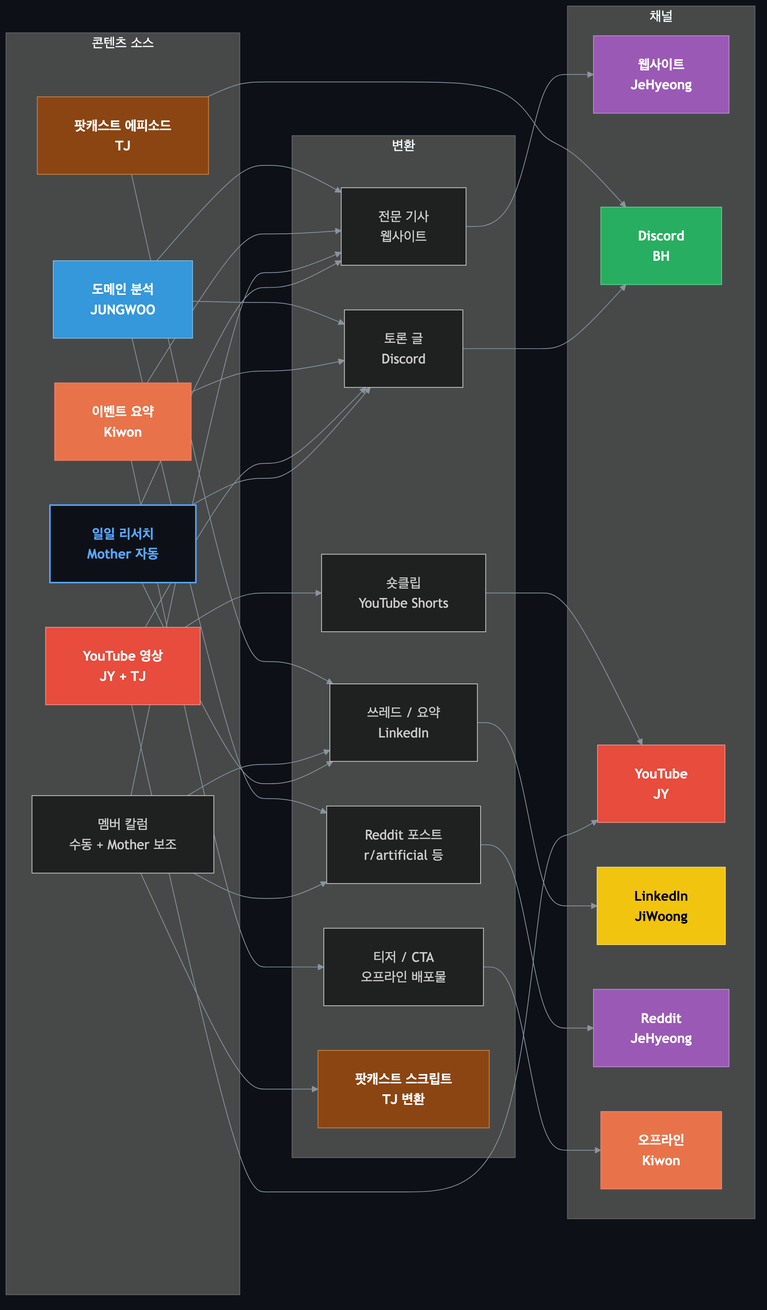
Before: products/hypeproof-workflow-diagrams/d3-color.png, a diagram exported from Mermaid (JeHyeong2/hypeprooflab). Its source is kept beside it as products/hypeproof-workflow-diagrams/d3-color.mmd.
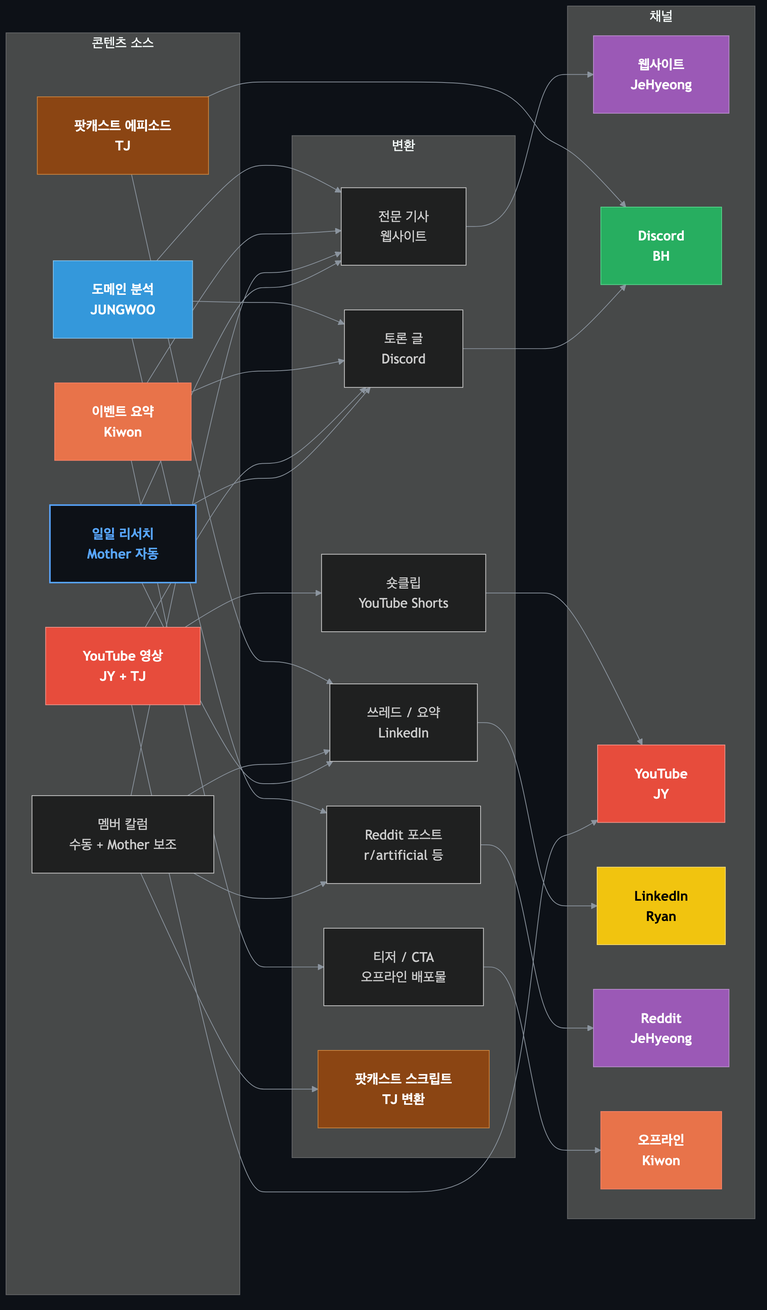
Later version of the same file.

What changed in the source:
```diff
@@ -22,7 +22,7 @@
         W["웹사이트<br/>JeHyeong"]
         D["Discord<br/>BH"]
         Y["YouTube<br/>JY"]
-        L["LinkedIn<br/>JiWoong"]
+        L["LinkedIn<br/>Ryan"]
         RR["Reddit<br/>JeHyeong"]
         O["오프라인<br/>Kiwon"]
     end
@@ -48,13 +48,12 @@
 
     classDef jay fill:#1f6feb,stroke:#388bfd,color:#fff,font-weight:bold
     classDef kiwon fill:#e8734a,stroke:#f78166,color:#fff,font-weight:bold
-    classDef jiwoong fill:#f1c40f,stroke:#f7dc6f,color:#000,font-weight:bold
+    classDef ryan fill:#f1c40f,stroke:#f7dc6f,color:#000,font-weight:bold
     classDef jy fill:#e74c3c,stroke:#f1948a,color:#fff,font-weight:bold
     classDef tj fill:#8b4513,stroke:#cd853f,color:#fff,font-weight:bold
     classDef jehyeong fill:#9b59b6,stroke:#bb8fce,color:#fff,font-weight:bold
     classDef bh fill:#27ae60,stroke:#58d68d,color:#fff,font-weight:bold
     classDef jungwoo fill:#3498db,stroke:#85c1e9,color:#fff,font-weight:bold
-    classDef ryan fill:#95a5a6,stroke:#bdc3c7,color:#000,font-weight:bold
     classDef mother fill:#0d1117,stroke:#58a6ff,color:#58a6ff,font-weight:bold,stroke-width:2px
 
     class DR mother
@@ -64,4 +63,4 @@
     class DA jungwoo
     class W,RR jehyeong
     class D bh
-    class L jiwoong
+    class L ryan
```
